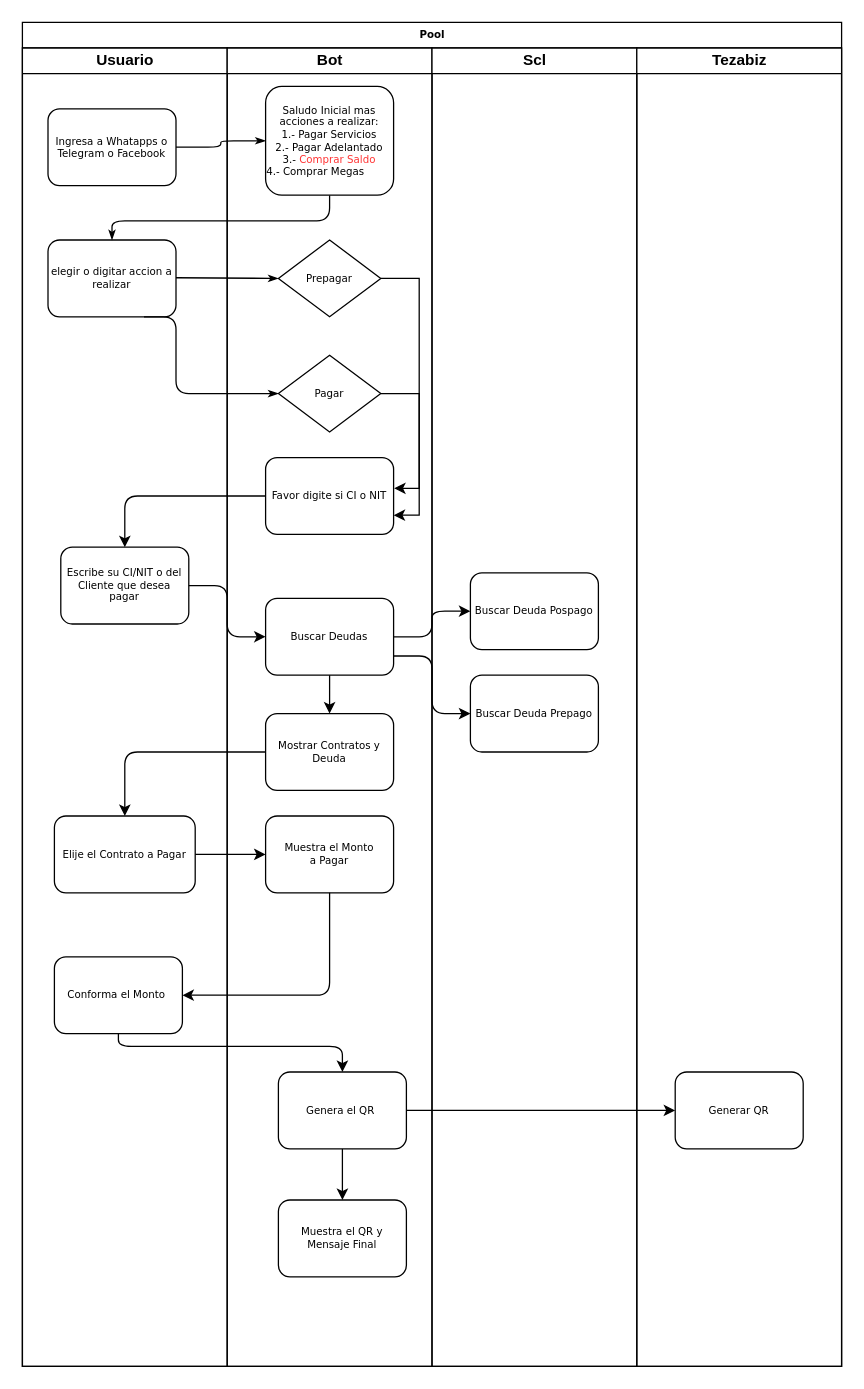
This is page "Pago de Servicios" (1 of 2) of Untitled Diagram.drawio from diburichard/Diagramas, a draw.io file, before an edit. Source tidied: cells renumbered, new cells numbered last; positions are measured from the earlier drawing's top-left corner, leaving out a move shared by most shapes. Both pictures are drawn from the tidied source at 128%, with x=0, y=0 at pixel (22, 22).
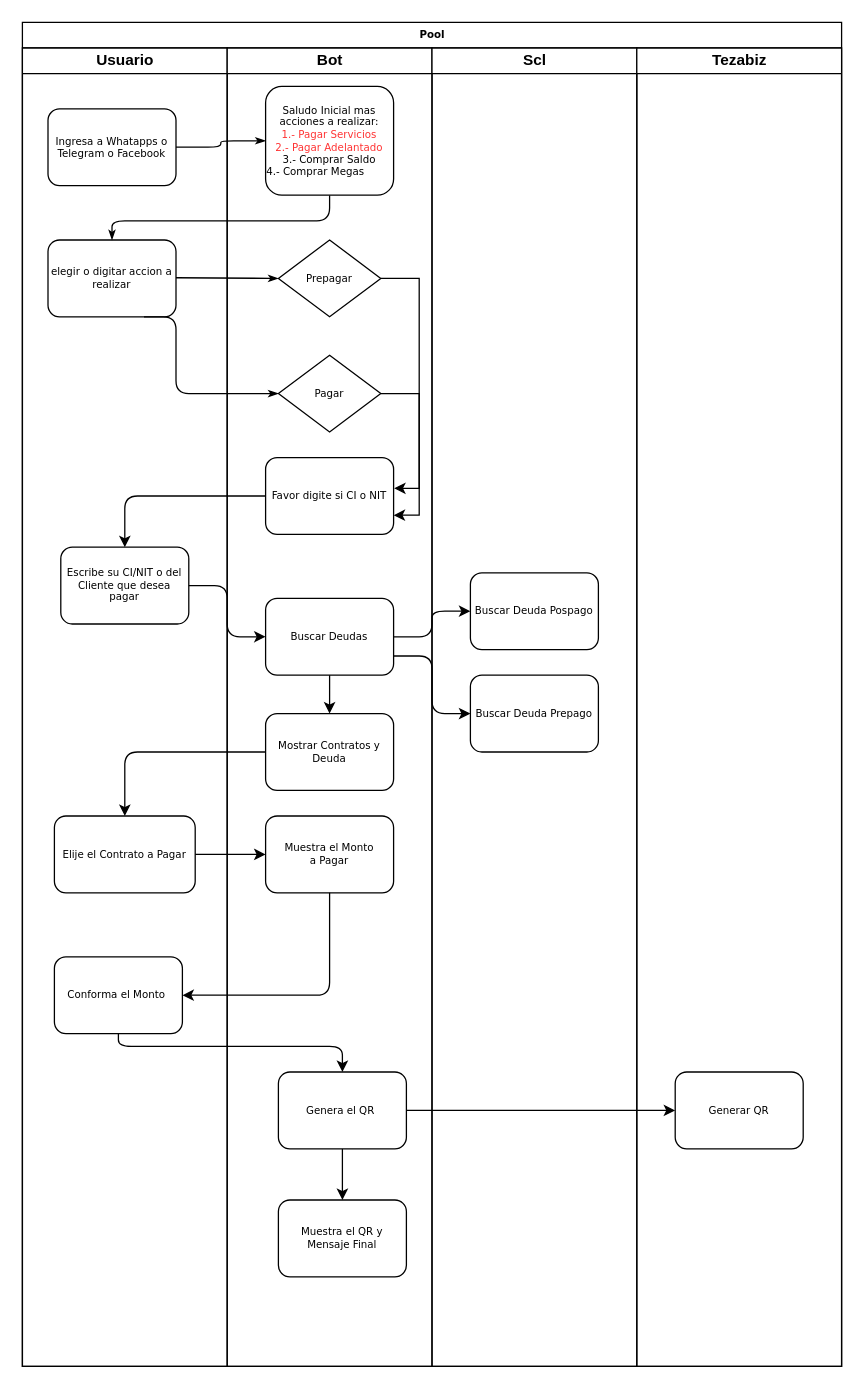
The same diagram, later.

Commit message:
Compra de Saldo

The change refers to these unchanged cells:
```xml
<mxCell id="12" value="Bot" style="swimlane;html=1;startSize=20;" parent="2" vertex="1">
  <mxGeometry x="160" y="20" width="160" height="1030" as="geometry" />
</mxCell>
```

The edit, as a diff of the source:
```diff
@@
-    <mxCell id="13" value="Saludo Inicial mas acciones a realizar:&lt;br&gt;&lt;span style=&quot;text-align: left&quot;&gt;1.- Pagar Servicios&lt;br&gt;&lt;/span&gt;&lt;span style=&quot;text-align: left&quot;&gt;2.- Pagar Adelantado&lt;/span&gt;&lt;br&gt;&lt;span style=&quot;text-align: left&quot;&gt;3.- &lt;font color=&quot;#ff3333&quot;&gt;Comprar Saldo&lt;/font&gt;&lt;/span&gt;&lt;br&gt;&lt;div style=&quot;text-align: left&quot;&gt;&lt;span&gt;4.- Comprar Megas&lt;/span&gt;&lt;/div&gt;" style="rounded=1;whiteSpace=wrap;html=1;shadow=0;labelBackgroundColor=none;strokeWidth=1;fontFamily=Verdana;fontSize=8;align=center;" parent="12" vertex="1">
+    <mxCell id="13" value="Saludo Inicial mas acciones a realizar:&lt;br&gt;&lt;font color=&quot;#ff3333&quot;&gt;&lt;span style=&quot;text-align: left&quot;&gt;1.- Pagar Servicios&lt;br&gt;&lt;/span&gt;&lt;span style=&quot;text-align: left&quot;&gt;2.- Pagar Adelantado&lt;/span&gt;&lt;/font&gt;&lt;br&gt;&lt;span style=&quot;text-align: left&quot;&gt;3.- Comprar Saldo&lt;/span&gt;&lt;br&gt;&lt;div style=&quot;text-align: left&quot;&gt;&lt;span&gt;4.- Comprar Megas&lt;/span&gt;&lt;/div&gt;" style="rounded=1;whiteSpace=wrap;html=1;shadow=0;labelBackgroundColor=none;strokeWidth=1;fontFamily=Verdana;fontSize=8;align=center;" parent="12" vertex="1">
       <mxGeometry x="30" y="30" width="100" height="85" as="geometry" />
     </mxCell>
```
